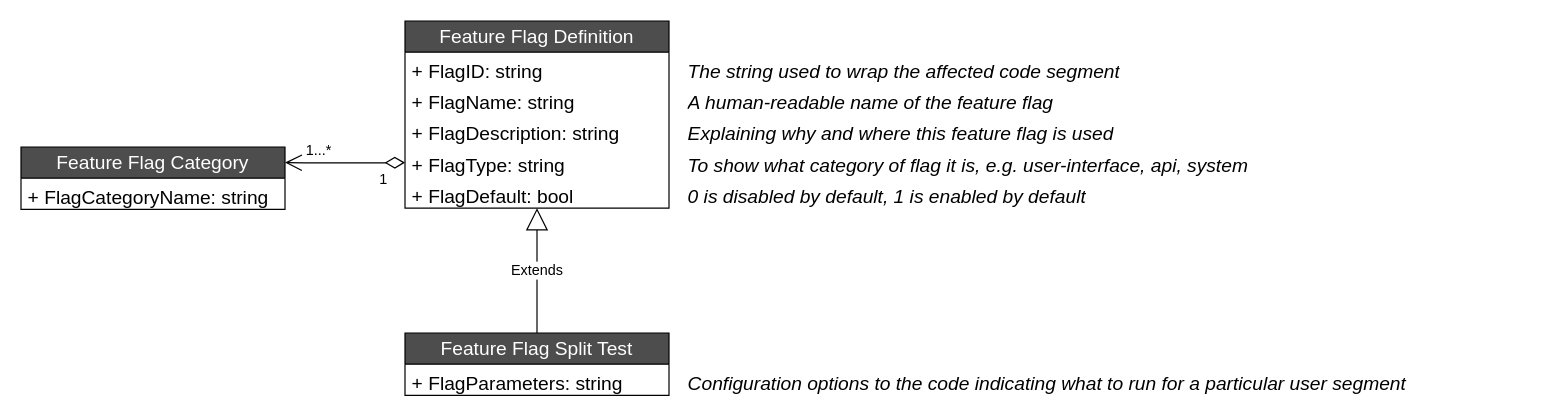
jgraph/drawio-diagrams keeps this draw.io diagram as blog/feature-flag-data-structure.drawio. Above is the earlier version. Source tidied: cells renumbered, new cells numbered last; positions are measured from the earlier drawing's top-left corner, leaving out a move shared by most shapes. Both pictures are drawn from the tidied source at 120%, with x=0, y=0 at pixel (20, 20).
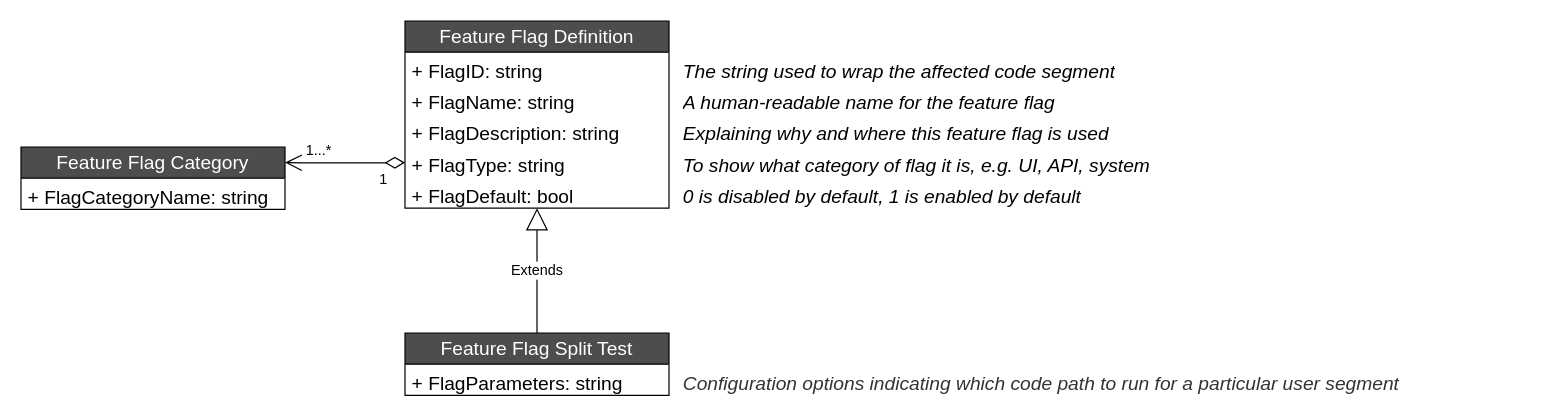
The same diagram, later.

What changed in the source:
```diff
@@
-    <mxCell id="8" style="swimlane;fontStyle=2;horizontal=1;startSize=26;fillColor=none;whiteSpace=wrap;html=1;fontSize=16;strokeColor=none;" parent="1" vertex="1">
-      <mxGeometry x="550" width="720" height="156" as="geometry" />
+    <mxCell id="8" style="swimlane;fontStyle=2;horizontal=1;startSize=26;fillColor=none;whiteSpace=wrap;html=1;fontSize=16;strokeColor=none;fontColor=#333333;" parent="1" vertex="1">
+      <mxGeometry x="546" width="600" height="156" as="geometry" />
     </mxCell>
     <mxCell id="9" value="The string used to wrap the affected code segment" style="text;strokeColor=none;fillColor=none;align=left;verticalAlign=top;spacingLeft=4;spacingRight=4;overflow=hidden;whiteSpace=wrap;html=1;fontSize=16;fontStyle=2;" parent="8" vertex="1">
-      <mxGeometry y="26" width="720" height="26" as="geometry" />
+      <mxGeometry y="26" width="600" height="26" as="geometry" />
     </mxCell>
-    <mxCell id="10" value="A human-readable name of the feature flag" style="text;strokeColor=none;fillColor=none;align=left;verticalAlign=top;spacingLeft=4;spacingRight=4;overflow=hidden;whiteSpace=wrap;html=1;fontSize=16;fontStyle=2;" parent="8" vertex="1">
-      <mxGeometry y="52" width="720" height="26" as="geometry" />
+    <mxCell id="10" value="A human-readable name for the feature flag" style="text;strokeColor=none;fillColor=none;align=left;verticalAlign=top;spacingLeft=4;spacingRight=4;overflow=hidden;whiteSpace=wrap;html=1;fontSize=16;fontStyle=2;" parent="8" vertex="1">
+      <mxGeometry y="52" width="600" height="26" as="geometry" />
     </mxCell>
     <mxCell id="11" value="Explaining why and where this feature flag is used" style="text;strokeColor=none;fillColor=none;align=left;verticalAlign=top;spacingLeft=4;spacingRight=4;overflow=hidden;whiteSpace=wrap;html=1;fontSize=16;fontStyle=2;" parent="8" vertex="1">
-      <mxGeometry y="78" width="720" height="26" as="geometry" />
+      <mxGeometry y="78" width="600" height="26" as="geometry" />
     </mxCell>
-    <mxCell id="12" value="To show what category of flag it is, e.g. user-interface, api, system" style="text;strokeColor=none;fillColor=none;align=left;verticalAlign=top;spacingLeft=4;spacingRight=4;overflow=hidden;whiteSpace=wrap;html=1;fontSize=16;fontStyle=2;" parent="8" vertex="1">
-      <mxGeometry y="104" width="720" height="26" as="geometry" />
+    <mxCell id="12" value="To show what category of flag it is, e.g. UI, API, system" style="text;strokeColor=none;fillColor=none;align=left;verticalAlign=top;spacingLeft=4;spacingRight=4;overflow=hidden;whiteSpace=wrap;html=1;fontSize=16;fontStyle=2;" parent="8" vertex="1">
+      <mxGeometry y="104" width="600" height="26" as="geometry" />
     </mxCell>
     <mxCell id="13" value="0 is disabled by default, 1 is enabled by default" style="text;strokeColor=none;fillColor=none;align=left;verticalAlign=top;spacingLeft=4;spacingRight=4;overflow=hidden;whiteSpace=wrap;html=1;fontSize=16;fontStyle=2;" parent="8" vertex="1">
-      <mxGeometry y="130" width="720" height="26" as="geometry" />
+      <mxGeometry y="130" width="600" height="26" as="geometry" />
     </mxCell>
@@
-    <mxCell id="16" value="Configuration options to the code indicating what to run for a particular user segment" style="text;strokeColor=none;fillColor=none;align=left;verticalAlign=top;spacingLeft=4;spacingRight=4;overflow=hidden;whiteSpace=wrap;html=1;fontSize=16;fontStyle=2;" parent="1" vertex="1">
-      <mxGeometry x="550" y="286" width="720" height="26" as="geometry" />
+    <mxCell id="16" value="Configuration options indicating which code path to run for a particular user segment" style="text;strokeColor=none;fillColor=none;align=left;verticalAlign=top;spacingLeft=4;spacingRight=4;overflow=hidden;whiteSpace=wrap;html=1;fontSize=16;fontStyle=2;fontColor=#333333;" parent="1" vertex="1">
+      <mxGeometry x="546" y="286" width="610" height="26" as="geometry" />
     </mxCell>
```
